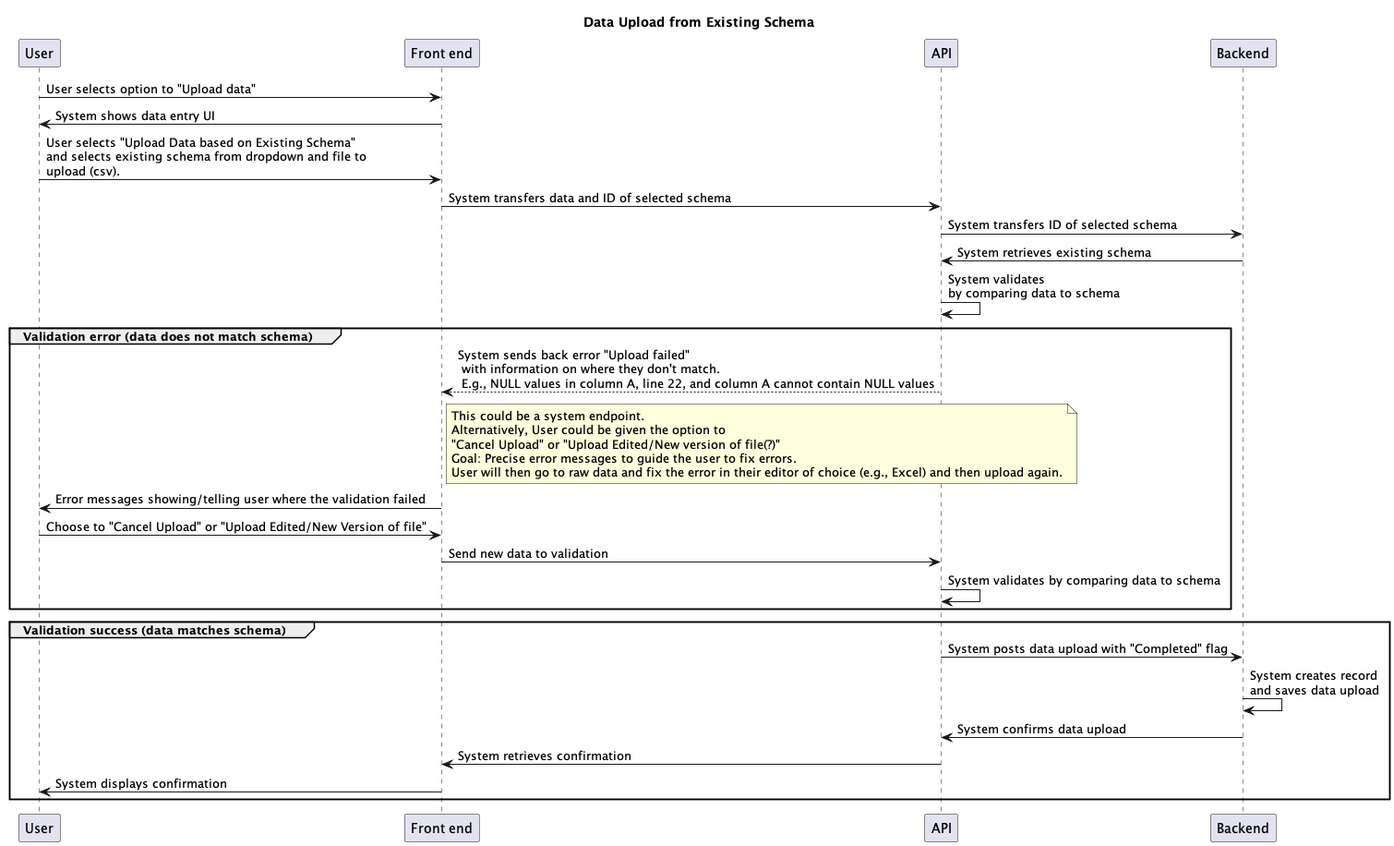
signekb/seedcase-sprout keeps this PlantUML diagram as docs/design/images/data-upload-sequence.png. Above is the earlier version. The source it was exported from:
```plantuml
@startuml data-upload-sequence

title Data Upload from Existing Schema


participant "User" as u
participant "Front end" as f
participant "API" as api
participant "Backend" as b

u -> f: User selects option to "Upload data"
f -> u: System shows data entry UI
u -> f: User selects "Upload Data based on Existing Schema"\nand selects existing schema from dropdown and file to\nupload (csv).
f -> api: System transfers data and ID of selected schema
api -> b: System transfers ID of selected schema
b -> api: System retrieves existing schema
api -> api: System validates\nby comparing data to schema

group Validation error (data does not match schema)
    api --> f: System sends back error "Upload failed"\n with information on where they don't match.\n E.g., NULL values in column A, line 22, and column A cannot contain NULL values
    note right of f
        This could be a system endpoint.
        Alternatively, User could be given the option to
        "Cancel Upload" or "Upload Edited/New version of file(?)"
        Goal: Precise error messages to guide the user to fix errors.
        User will then go to raw data and fix the error in their editor of choice (e.g., Excel) and then upload again.
    end note
f -> u: Error messages showing/telling user where the validation failed
u -> f: Choose to "Cancel Upload" or "Upload Edited/New Version of file"
f -> api: Send new data to validation
api -> api: System validates by comparing data to schema
end
group Validation success (data matches schema)
    api -> b: System posts data upload with "Completed" flag
    b -> b : System creates record\nand saves data upload
    b -> api: System confirms data upload
    api -> f: System retrieves confirmation
    f -> u: System displays confirmation
end

@enduml
```
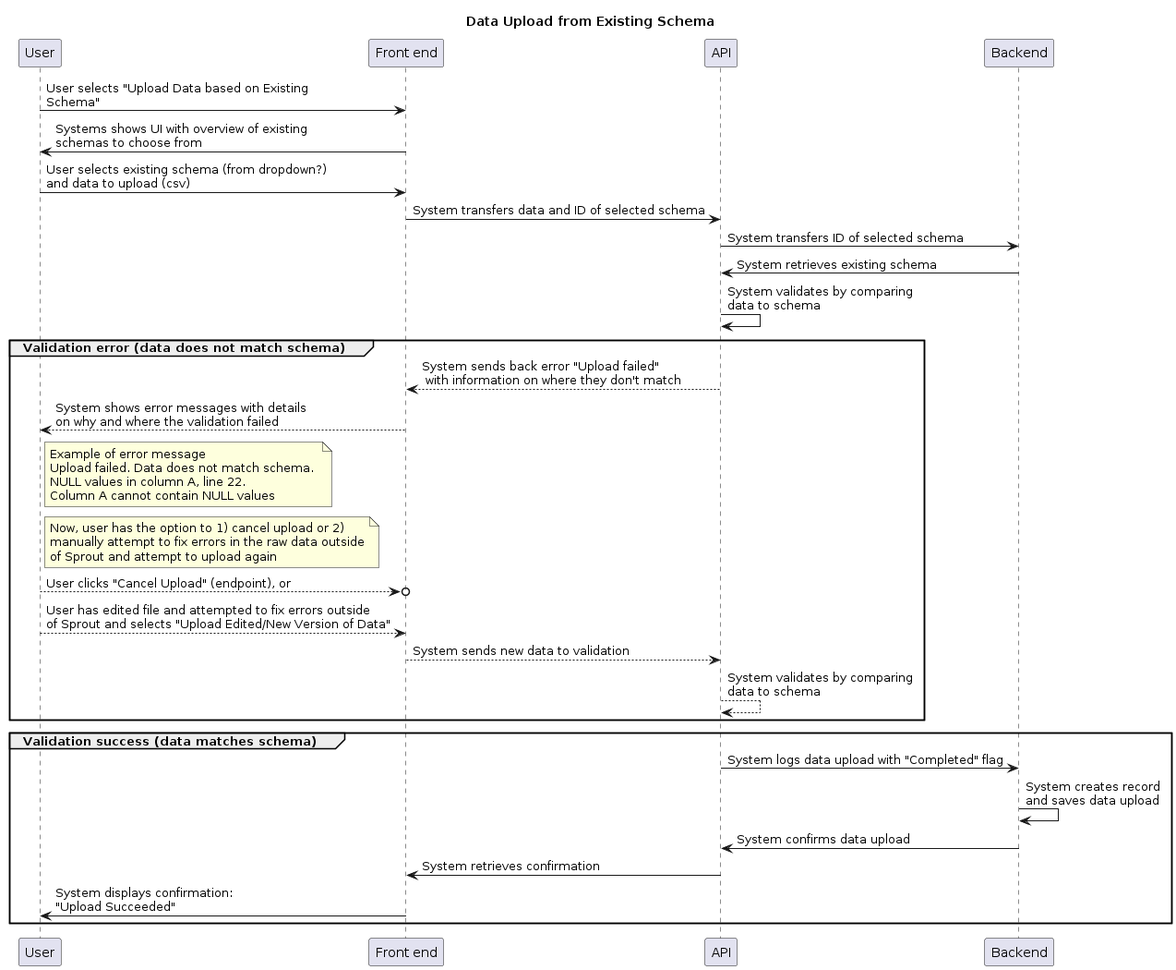
Later version of the same file.

Commit message:
docs: update sequence diagrams based on talks with @henrik-goul and @K-Beicher

What changed in the source:
```diff
@@ -1,41 +1,44 @@
 @startuml data-upload-sequence
 
 title Data Upload from Existing Schema
-
-
 participant "User" as u
 participant "Front end" as f
 participant "API" as api
 participant "Backend" as b
 
-u -> f: User selects option to "Upload data"
-f -> u: System shows data entry UI
-u -> f: User selects "Upload Data based on Existing Schema"\nand selects existing schema from dropdown and file to\nupload (csv).
+u -> f: User selects "Upload Data based on Existing\nSchema"
+f -> u: Systems shows UI with overview of existing\nschemas to choose from
+u -> f: User selects existing schema (from dropdown?)\nand data to upload (csv)
 f -> api: System transfers data and ID of selected schema
 api -> b: System transfers ID of selected schema
 b -> api: System retrieves existing schema
-api -> api: System validates\nby comparing data to schema
+api -> api: System validates by comparing\ndata to schema
 
 group Validation error (data does not match schema)
-    api --> f: System sends back error "Upload failed"\n with information on where they don't match.\n E.g., NULL values in column A, line 22, and column A cannot contain NULL values
-    note right of f
-        This could be a system endpoint.
-        Alternatively, User could be given the option to
-        "Cancel Upload" or "Upload Edited/New version of file(?)"
-        Goal: Precise error messages to guide the user to fix errors.
-        User will then go to raw data and fix the error in their editor of choice (e.g., Excel) and then upload again.
+    api --> f: System sends back error "Upload failed"\n with information on where they don't match
+    f --> u: System shows error messages with details\non why and where the validation failed
+    note right of u
+        Example of error message
+        Upload failed. Data does not match schema.
+        NULL values in column A, line 22.
+        Column A cannot contain NULL values
     end note
-f -> u: Error messages showing/telling user where the validation failed
-u -> f: Choose to "Cancel Upload" or "Upload Edited/New Version of file"
-f -> api: Send new data to validation
-api -> api: System validates by comparing data to schema
+    note right of u
+        Now, user has the option to 1) cancel upload or 2)
+        manually attempt to fix errors in the raw data outside
+        of Sprout and attempt to upload again
+    end note
+    u -->o f: User clicks "Cancel Upload" (endpoint), or
+    u --> f: User has edited file and attempted to fix errors outside\nof Sprout and selects "Upload Edited/New Version of Data"
+    f --> api: System sends new data to validation
+    api --> api: System validates by comparing\ndata to schema
 end
 group Validation success (data matches schema)
-    api -> b: System posts data upload with "Completed" flag
+    api -> b: System logs data upload with "Completed" flag
     b -> b : System creates record\nand saves data upload
     b -> api: System confirms data upload
     api -> f: System retrieves confirmation
-    f -> u: System displays confirmation
+    f -> u: System displays confirmation:\n"Upload Succeeded"
 end
 
 @enduml
```
